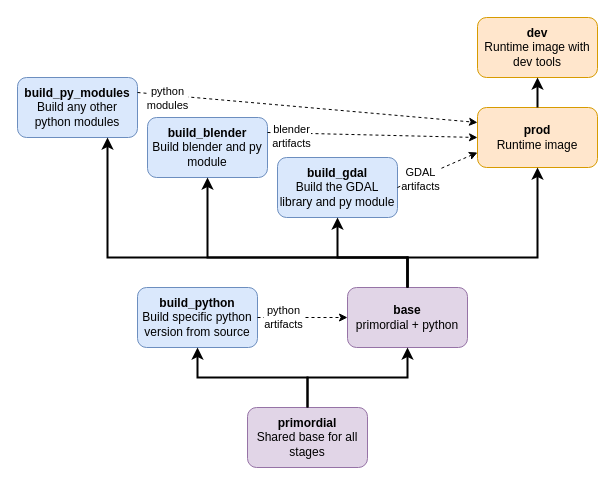
This is terrain-model-container.drawio from cseelye/terrain-model, a draw.io file, before an edit. Source tidied: cells renumbered, new cells numbered last; positions are measured from the earlier drawing's top-left corner, leaving out a move shared by most shapes. Both pictures are drawn from the tidied source at 100%, with x=0, y=0 at pixel (17, 17).
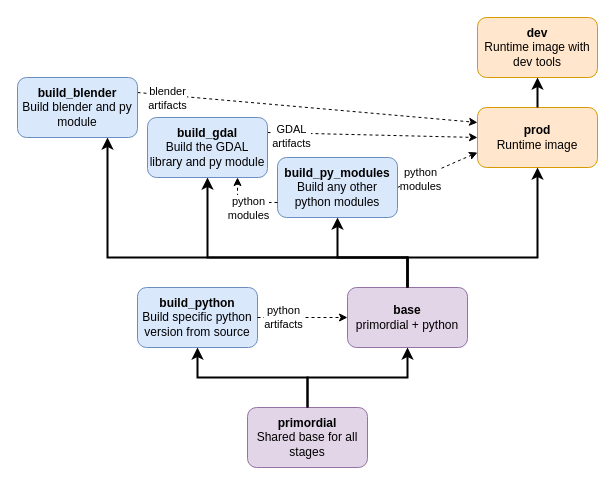
Above is the later version.

Unchanged cells that the change refers to:
```xml
<mxCell id="5" value="&lt;b&gt;base&lt;/b&gt;&lt;br&gt;primordial + python" style="rounded=1;whiteSpace=wrap;html=1;fillColor=#e1d5e7;strokeColor=#9673a6;" parent="1" vertex="1">
  <mxGeometry x="330" y="270" width="120" height="60" as="geometry" />
</mxCell>
<mxCell id="15" value="&lt;b&gt;prod&lt;/b&gt;&lt;br&gt;Runtime image" style="rounded=1;whiteSpace=wrap;html=1;fillColor=#ffe6cc;strokeColor=#d79b00;" parent="1" vertex="1">
  <mxGeometry x="460" y="90" width="120" height="60" as="geometry" />
</mxCell>
```

Change to the diagram source:
```diff
@@
-    <mxCell id="7" value="&lt;b&gt;build_gdal&lt;/b&gt;&lt;br&gt;Build the GDAL library and py module" style="rounded=1;whiteSpace=wrap;html=1;fillColor=#dae8fc;strokeColor=#6c8ebf;" parent="1" vertex="1">
-      <mxGeometry x="260" y="140" width="120" height="60" as="geometry" />
-    </mxCell>
-    <mxCell id="8" value="&lt;b&gt;build_blender&lt;/b&gt;&lt;br&gt;Build blender and py module" style="rounded=1;whiteSpace=wrap;html=1;fillColor=#dae8fc;strokeColor=#6c8ebf;" parent="1" vertex="1">
-      <mxGeometry x="130" y="100" width="120" height="60" as="geometry" />
-    </mxCell>
-    <mxCell id="9" value="&lt;b&gt;build_py_modules&lt;/b&gt;&lt;br&gt;Build any other python modules" style="rounded=1;whiteSpace=wrap;html=1;fillColor=#dae8fc;strokeColor=#6c8ebf;" parent="1" vertex="1">
-      <mxGeometry y="60" width="120" height="60" as="geometry" />
-    </mxCell>
-    <mxCell id="10" style="endArrow=classic;html=1;rounded=0;exitX=0.5;exitY=0;exitDx=0;exitDy=0;entryX=0.75;entryY=1;entryDx=0;entryDy=0;strokeWidth=2;edgeStyle=orthogonalEdgeStyle;" parent="1" edge="1" source="5" target="9">
+    <mxCell id="10" style="endArrow=classic;html=1;rounded=0;exitX=0.5;exitY=0;exitDx=0;exitDy=0;entryX=0.75;entryY=1;entryDx=0;entryDy=0;strokeWidth=2;edgeStyle=orthogonalEdgeStyle;" parent="1" edge="1" source="5">
       <mxGeometry relative="1" as="geometry">
+        <mxPoint x="90" y="120" as="targetPoint" />
         <Array as="points">
           <mxPoint x="390" y="240" />
           <mxPoint x="90" y="240" />
         </Array>
       </mxGeometry>
     </mxCell>
-    <mxCell id="11" style="endArrow=classic;html=1;rounded=0;exitX=0.5;exitY=0;exitDx=0;exitDy=0;entryX=0.5;entryY=1;entryDx=0;entryDy=0;strokeWidth=2;edgeStyle=orthogonalEdgeStyle;" parent="1" edge="1" source="5" target="8">
+    <mxCell id="11" style="endArrow=classic;html=1;rounded=0;exitX=0.5;exitY=0;exitDx=0;exitDy=0;entryX=0.5;entryY=1;entryDx=0;entryDy=0;strokeWidth=2;edgeStyle=orthogonalEdgeStyle;" parent="1" edge="1" source="5">
       <mxGeometry relative="1" as="geometry">
+        <mxPoint x="190" y="160" as="targetPoint" />
         <Array as="points">
           <mxPoint x="390" y="240" />
           <mxPoint x="190" y="240" />
         </Array>
       </mxGeometry>
     </mxCell>
-    <mxCell id="12" style="endArrow=classic;html=1;rounded=0;exitX=0.5;exitY=0;exitDx=0;exitDy=0;entryX=0.5;entryY=1;entryDx=0;entryDy=0;strokeWidth=2;edgeStyle=orthogonalEdgeStyle;" parent="1" edge="1" source="5" target="7">
+    <mxCell id="12" style="endArrow=classic;html=1;rounded=0;exitX=0.5;exitY=0;exitDx=0;exitDy=0;entryX=0.5;entryY=1;entryDx=0;entryDy=0;strokeWidth=2;edgeStyle=orthogonalEdgeStyle;" parent="1" edge="1" source="5">
       <mxGeometry relative="1" as="geometry">
+        <mxPoint x="320" y="200" as="targetPoint" />
         <Array as="points">
           <mxPoint x="390" y="240" />
           <mxPoint x="320" y="240" />
         </Array>
       </mxGeometry>
     </mxCell>
@@
-    <mxCell id="17" style="endArrow=classic;html=1;rounded=0;strokeWidth=1;entryX=0;entryY=0.75;entryDx=0;entryDy=0;exitX=1;exitY=0.5;exitDx=0;exitDy=0;dashed=1;" parent="1" edge="1" source="7" target="15">
-      <mxGeometry relative="1" as="geometry" />
+    <mxCell id="17" style="endArrow=classic;html=1;rounded=0;strokeWidth=1;entryX=0;entryY=0.75;entryDx=0;entryDy=0;exitX=1;exitY=0.5;exitDx=0;exitDy=0;dashed=1;" parent="1" edge="1" target="15">
+      <mxGeometry relative="1" as="geometry">
+        <mxPoint x="380" y="170" as="sourcePoint" />
+      </mxGeometry>
     </mxCell>
-    <mxCell id="18" value="GDAL&lt;br&gt;artifacts" style="edgeLabel;html=1;align=center;verticalAlign=middle;" parent="17" vertex="1">
+    <mxCell id="18" value="python&lt;br&gt;modules" style="edgeLabel;html=1;align=center;verticalAlign=middle;" parent="17" vertex="1">
       <mxGeometry x="-0.58" y="-1" relative="1" as="geometry">
         <mxPoint x="6" y="-2" as="offset" />
       </mxGeometry>
     </mxCell>
-    <mxCell id="19" style="endArrow=classic;html=1;rounded=0;strokeWidth=1;entryX=0;entryY=0.5;entryDx=0;entryDy=0;exitX=1;exitY=0.25;exitDx=0;exitDy=0;dashed=1;" parent="1" edge="1" source="8" target="15">
-      <mxGeometry relative="1" as="geometry" />
+    <mxCell id="19" style="endArrow=classic;html=1;rounded=0;strokeWidth=1;entryX=0;entryY=0.5;entryDx=0;entryDy=0;exitX=1;exitY=0.25;exitDx=0;exitDy=0;dashed=1;" parent="1" edge="1" target="15">
+      <mxGeometry relative="1" as="geometry">
+        <mxPoint x="250" y="115" as="sourcePoint" />
+      </mxGeometry>
     </mxCell>
-    <mxCell id="20" value="blender&lt;br&gt;artifacts" style="edgeLabel;html=1;align=center;verticalAlign=middle;" parent="19" vertex="1">
+    <mxCell id="20" value="GDAL&lt;br&gt;artifacts" style="edgeLabel;html=1;align=center;verticalAlign=middle;" parent="19" vertex="1">
       <mxGeometry x="-0.58" y="-1" relative="1" as="geometry">
         <mxPoint x="-20" y="1" as="offset" />
       </mxGeometry>
     </mxCell>
-    <mxCell id="21" style="endArrow=classic;html=1;rounded=0;strokeWidth=1;entryX=0;entryY=0.25;entryDx=0;entryDy=0;exitX=1;exitY=0.25;exitDx=0;exitDy=0;dashed=1;" parent="1" edge="1" source="9" target="15">
-      <mxGeometry relative="1" as="geometry" />
+    <mxCell id="21" style="endArrow=classic;html=1;rounded=0;strokeWidth=1;entryX=0;entryY=0.25;entryDx=0;entryDy=0;exitX=1;exitY=0.25;exitDx=0;exitDy=0;dashed=1;" parent="1" edge="1" target="15">
+      <mxGeometry relative="1" as="geometry">
+        <mxPoint x="120" y="75" as="sourcePoint" />
+      </mxGeometry>
     </mxCell>
-    <mxCell id="22" value="python&lt;br&gt;modules" style="edgeLabel;html=1;align=center;verticalAlign=middle;" parent="21" vertex="1">
+    <mxCell id="22" value="blender&lt;br&gt;artifacts" style="edgeLabel;html=1;align=center;verticalAlign=middle;" parent="21" vertex="1">
       <mxGeometry x="-0.58" y="-1" relative="1" as="geometry">
         <mxPoint x="-42" y="-2" as="offset" />
       </mxGeometry>
     </mxCell>
@@
+    <mxCell id="9" value="&lt;b&gt;build_py_modules&lt;/b&gt;&lt;br&gt;Build any other python modules" style="rounded=1;whiteSpace=wrap;html=1;fillColor=#dae8fc;strokeColor=#6c8ebf;" parent="1" vertex="1">
+      <mxGeometry x="260" y="140" width="120" height="60" as="geometry" />
+    </mxCell>
+    <mxCell id="7" value="&lt;b&gt;build_gdal&lt;/b&gt;&lt;br&gt;Build the GDAL library and py module" style="rounded=1;whiteSpace=wrap;html=1;fillColor=#dae8fc;strokeColor=#6c8ebf;" parent="1" vertex="1">
+      <mxGeometry x="130" y="100" width="120" height="60" as="geometry" />
+    </mxCell>
+    <mxCell id="8" value="&lt;b&gt;build_blender&lt;/b&gt;&lt;br&gt;Build blender and py module" style="rounded=1;whiteSpace=wrap;html=1;fillColor=#dae8fc;strokeColor=#6c8ebf;" parent="1" vertex="1">
+      <mxGeometry y="60" width="120" height="60" as="geometry" />
+    </mxCell>
+    <mxCell id="25" style="endArrow=classic;html=1;rounded=1;strokeWidth=1;entryX=0.75;entryY=1;entryDx=0;entryDy=0;exitX=0;exitY=0.75;exitDx=0;exitDy=0;dashed=1;" parent="1" edge="1" source="9" target="7">
+      <mxGeometry relative="1" as="geometry">
+        <Array as="points">
+          <mxPoint x="220" y="185" />
+        </Array>
+      </mxGeometry>
+    </mxCell>
+    <mxCell id="26" value="python&lt;br&gt;modules" style="edgeLabel;html=1;align=center;verticalAlign=middle;" parent="25" vertex="1">
+      <mxGeometry x="-0.58" y="-1" relative="1" as="geometry">
+        <mxPoint x="-16" y="6" as="offset" />
+      </mxGeometry>
+    </mxCell>
```
